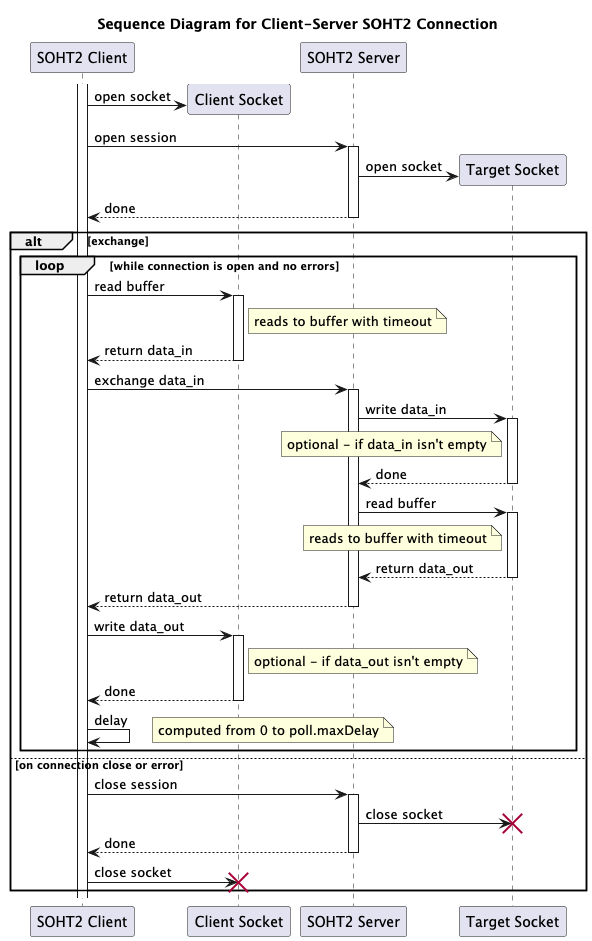
The PlantUML diagram doc/sequence.png in domax/soht2, before a commit.
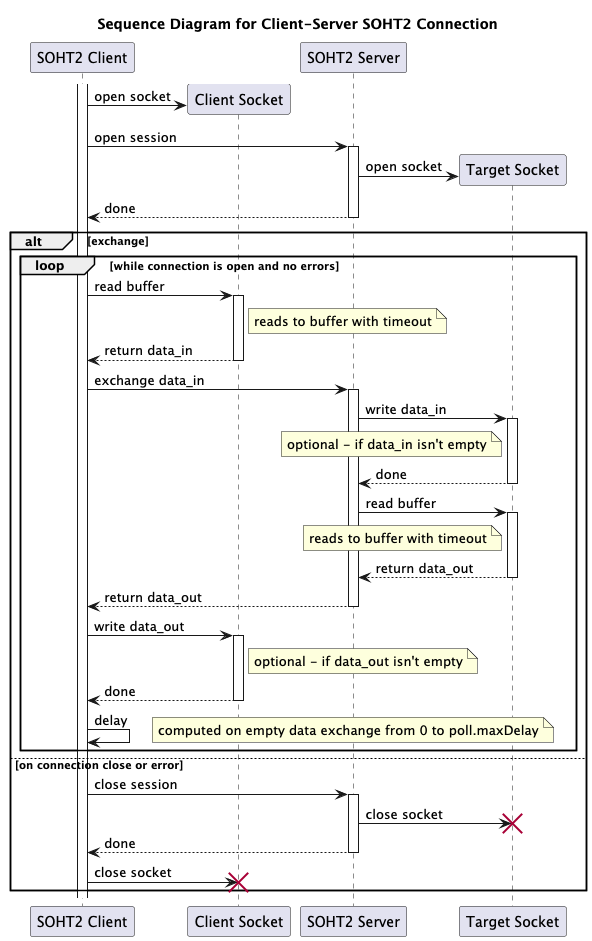
The same diagram one commit later.

Commit message:
docs: clarify note on delay computation in sequence diagram

Diff of the diagram source:
```diff
@@ -34,7 +34,7 @@
     "SOHT2 Client" <-- "Client Socket" --: done
 
     "SOHT2 Client" -> "SOHT2 Client": delay
-    note right: computed from 0 to poll.maxDelay
+    note right: computed on empty data exchange from 0 to poll.maxDelay
 
   end loop
 
```
